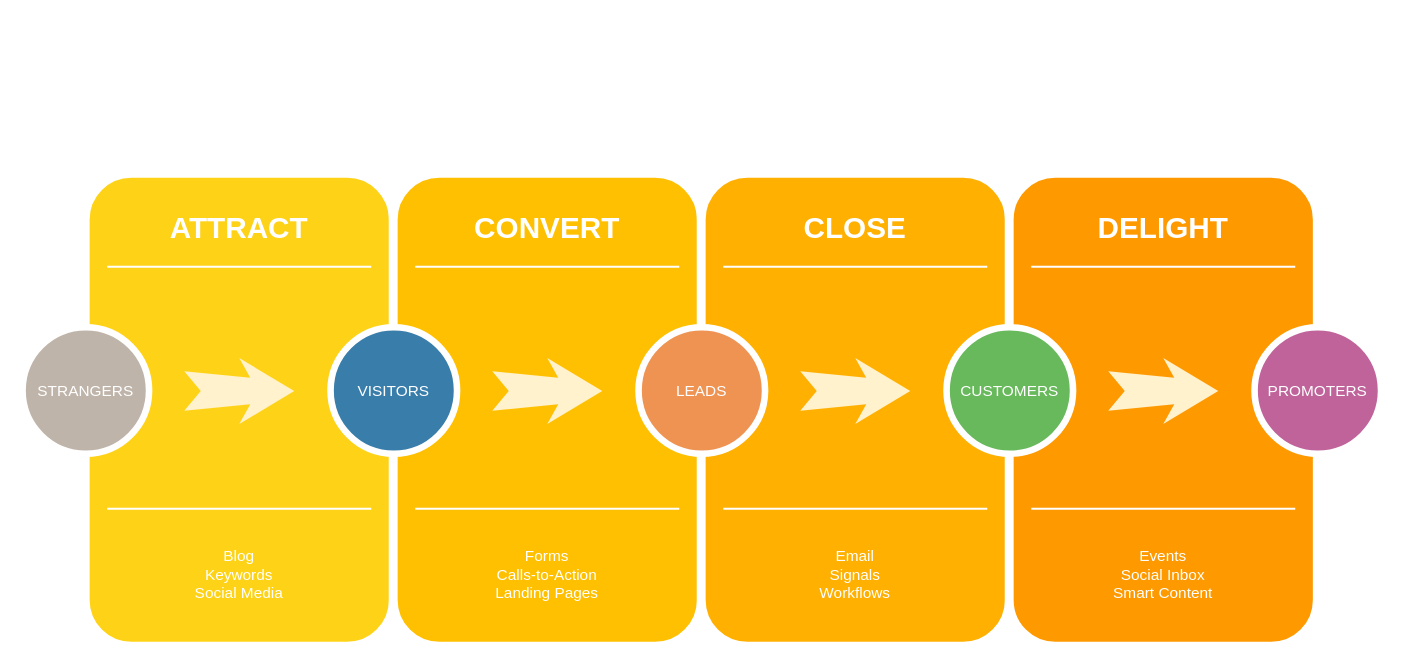
Earlier version of the draw.io diagram Diagram zonder titel.drawio (edwinwisse/drawio). Source tidied: cells renumbered, new cells numbered last; positions are measured from the earlier drawing's top-left corner, leaving out a move shared by most shapes. Both pictures are drawn from the tidied source at 110%, with x=0, y=0 at pixel (22, 173).
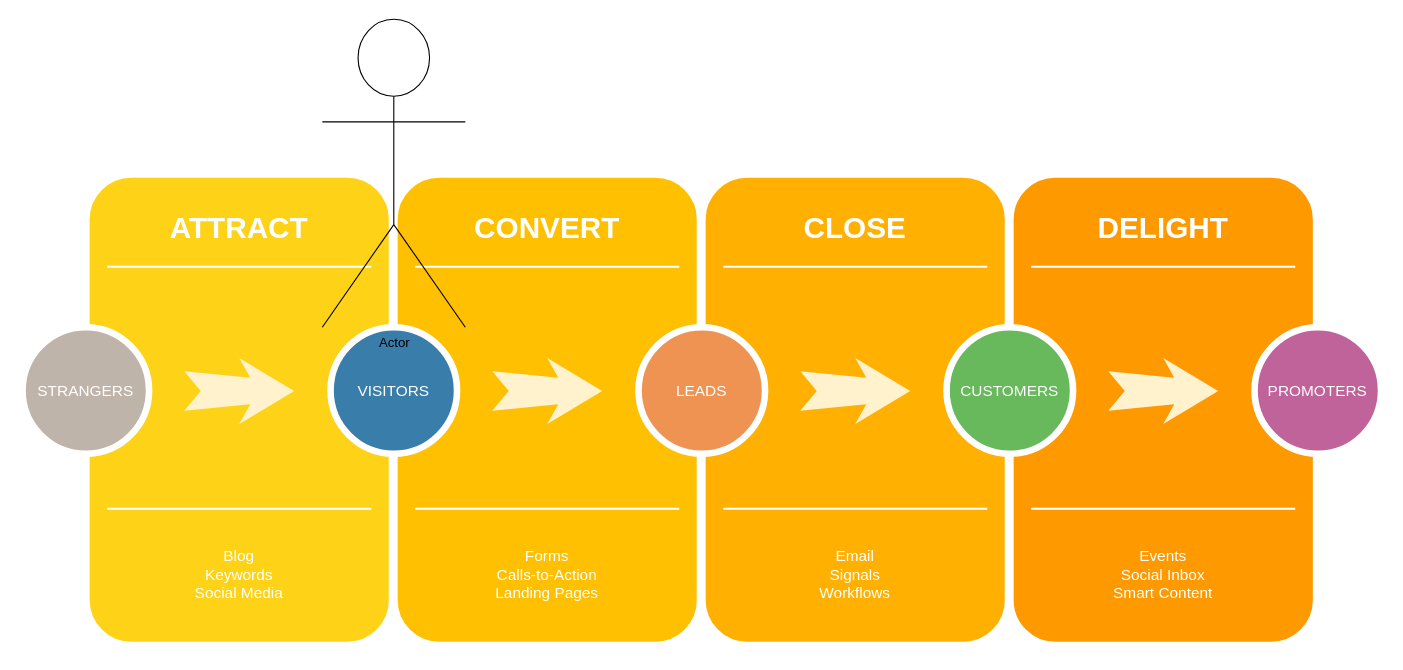
After the change.

The edit, as a diff of the source:
```diff
@@
+    <mxCell id="31" value="Actor" style="shape=umlActor;verticalLabelPosition=bottom;verticalAlign=top;html=1;" parent="1" vertex="1">
+      <mxGeometry x="272.5" y="-140" width="130" height="280" as="geometry" />
+    </mxCell>
```
